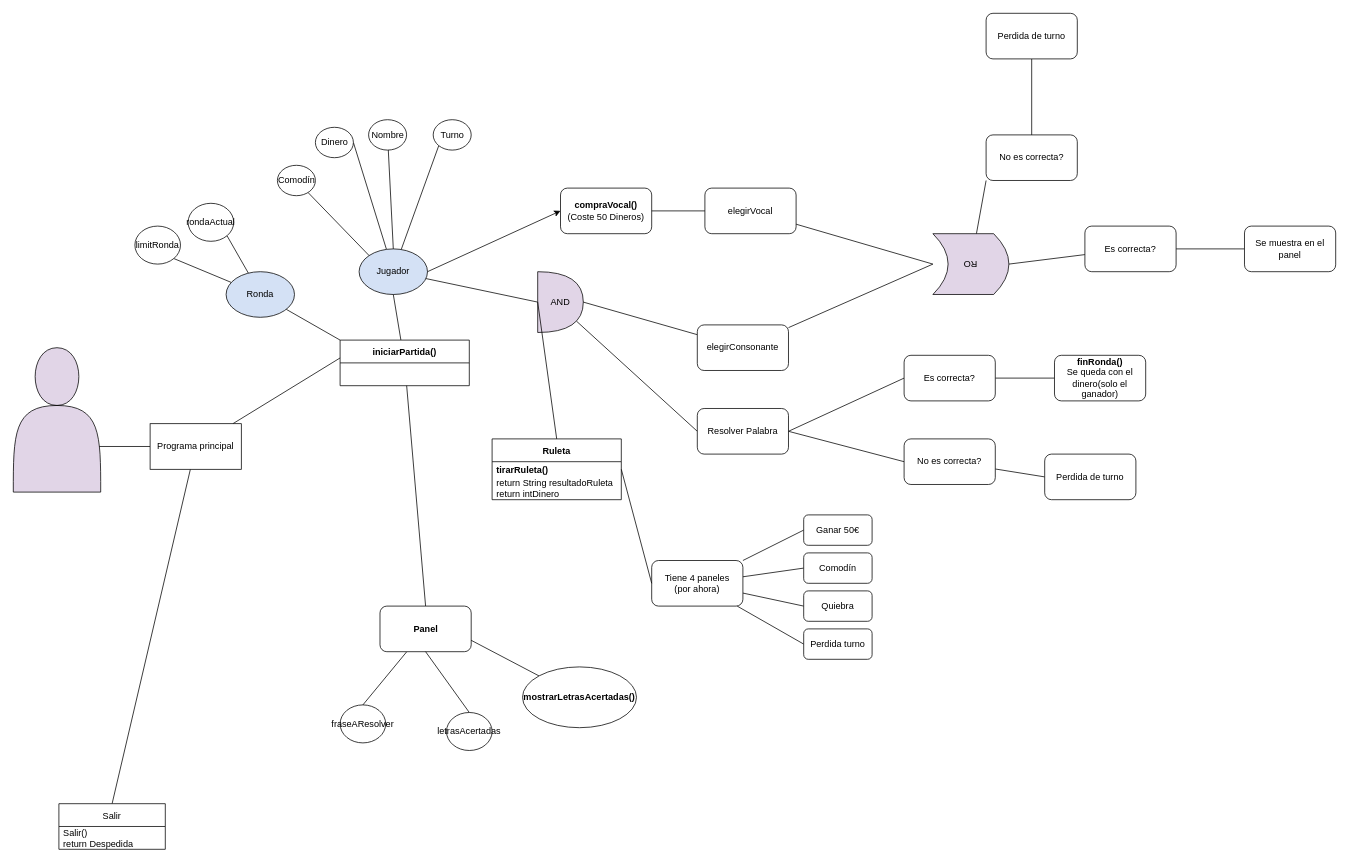
joeljnq/proyectoRuletaSuerte keeps this draw.io diagram as Diagrama.drawio. Above is the earlier version. Source tidied: cells renumbered, new cells numbered last; positions are measured from the earlier drawing's top-left corner, leaving out a move shared by most shapes. Both pictures are drawn from the tidied source at 76%, with x=0, y=0 at pixel (13, 13).
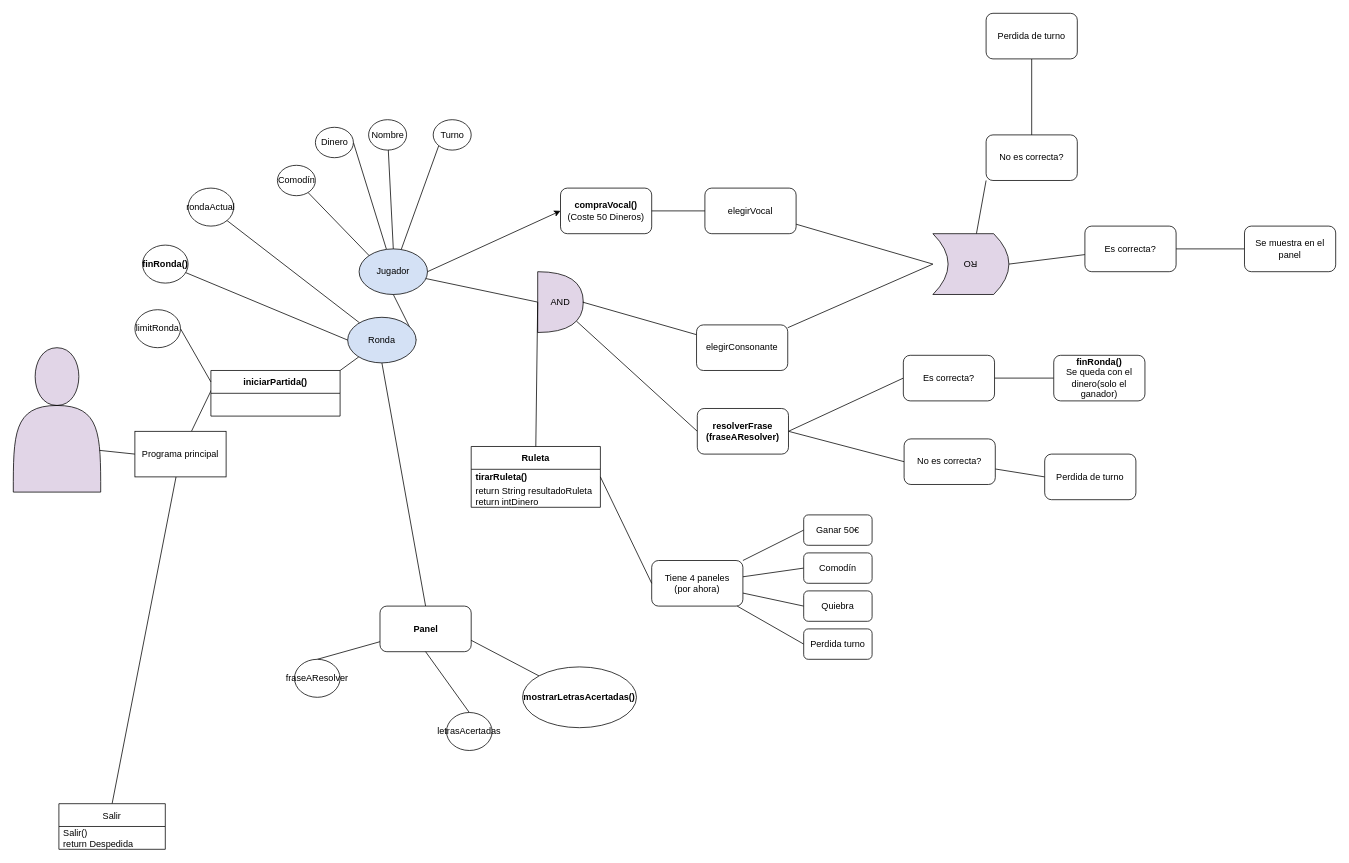
The same page after the edit.

Unchanged cells that the change refers to:
```xml
<mxCell id="10" value="Jugador" style="ellipse;whiteSpace=wrap;html=1;fillColor=#D4E1F5;" parent="1" vertex="1">
  <mxGeometry x="455" y="310" width="90" height="60" as="geometry" />
</mxCell>
<mxCell id="20" value="AND" style="shape=or;whiteSpace=wrap;html=1;fillColor=#E1D5E7;" parent="1" vertex="1">
  <mxGeometry x="690" y="340" width="60" height="80" as="geometry" />
</mxCell>
<mxCell id="72" value="&lt;b&gt;Panel&lt;/b&gt;" style="rounded=1;whiteSpace=wrap;html=1;" parent="1" vertex="1">
  <mxGeometry x="482.5" y="780" width="120" height="60" as="geometry" />
</mxCell>
```

Diff of the diagram source:
```diff
@@
     <mxCell id="6" value="Programa principal" style="rounded=0;whiteSpace=wrap;html=1;" parent="1" vertex="1">
-      <mxGeometry x="180" y="540" width="120" height="60" as="geometry" />
+      <mxGeometry x="160" y="550" width="120" height="60" as="geometry" />
     </mxCell>
@@
-    <mxCell id="11" style="edgeStyle=none;rounded=0;jettySize=auto;html=1;entryX=0.5;entryY=1;entryDx=0;entryDy=0;endArrow=none;endFill=0;" parent="1" edge="1" source="13" target="10">
+    <mxCell id="11" style="edgeStyle=none;rounded=0;jettySize=auto;html=1;entryX=0.5;entryY=1;entryDx=0;entryDy=0;endArrow=none;endFill=0;exitX=1;exitY=0.5;exitDx=0;exitDy=0;" parent="1" edge="1" source="52" target="10">
       <mxGeometry relative="1" as="geometry" />
     </mxCell>
-    <mxCell id="12" style="edgeStyle=none;rounded=0;jettySize=auto;html=1;entryX=0.5;entryY=0;entryDx=0;entryDy=0;endArrow=none;endFill=0;" parent="1" edge="1" source="13" target="72">
+    <mxCell id="12" style="edgeStyle=none;rounded=0;jettySize=auto;html=1;entryX=0.5;entryY=0;entryDx=0;entryDy=0;endArrow=none;endFill=0;exitX=0.5;exitY=1;exitDx=0;exitDy=0;" parent="1" edge="1" source="52" target="72">
       <mxGeometry relative="1" as="geometry" />
     </mxCell>
     <mxCell id="13" value="iniciarPartida()" style="swimlane;fontStyle=1;horizontal=1;startSize=30;" parent="1" vertex="1">
-      <mxGeometry x="430" y="430" width="170" height="60" as="geometry" />
+      <mxGeometry x="260" y="470" width="170" height="60" as="geometry" />
     </mxCell>
@@
-    <mxCell id="23" value="Resolver Palabra" style="rounded=1;whiteSpace=wrap;html=1;" parent="1" vertex="1">
+    <mxCell id="23" value="&lt;b&gt;resolverFrase&lt;br&gt;(fraseAResolver)&lt;/b&gt;" style="rounded=1;whiteSpace=wrap;html=1;" parent="1" vertex="1">
       <mxGeometry x="900" y="520" width="120" height="60" as="geometry" />
     </mxCell>
@@
-    <mxCell id="26" style="edgeStyle=none;rounded=0;jettySize=auto;html=1;entryX=1;entryY=0.5;entryDx=0;entryDy=0;entryPerimeter=0;endArrow=none;endFill=0;" parent="1" edge="1" source="28" target="20">
-      <mxGeometry relative="1" as="geometry" />
+    <mxCell id="26" style="edgeStyle=none;rounded=0;jettySize=auto;html=1;entryX=1;entryY=0.5;entryDx=0;entryDy=0;entryPerimeter=0;endArrow=none;endFill=0;" parent="1" edge="1" source="28">
+      <mxGeometry relative="1" as="geometry">
+        <mxPoint x="749" y="380" as="targetPoint" />
+      </mxGeometry>
     </mxCell>
@@
     <mxCell id="28" value="elegirConsonante" style="rounded=1;whiteSpace=wrap;html=1;" parent="1" vertex="1">
-      <mxGeometry x="900" y="410" width="120" height="60" as="geometry" />
+      <mxGeometry x="899" y="410" width="120" height="60" as="geometry" />
     </mxCell>
@@
     <mxCell id="42" value="Es correcta?" style="rounded=1;whiteSpace=wrap;html=1;" parent="1" vertex="1">
-      <mxGeometry x="1172.1" y="450" width="120" height="60" as="geometry" />
+      <mxGeometry x="1171.1" y="450" width="120" height="60" as="geometry" />
     </mxCell>
     <mxCell id="43" value="&lt;b&gt;finRonda()&lt;/b&gt;&lt;br&gt;Se queda con el dinero(solo el ganador)" style="rounded=1;whiteSpace=wrap;html=1;" parent="1" vertex="1">
-      <mxGeometry x="1370" y="450" width="120" height="60" as="geometry" />
+      <mxGeometry x="1369" y="450" width="120" height="60" as="geometry" />
     </mxCell>
@@
-    <mxCell id="49" style="edgeStyle=none;rounded=0;jettySize=auto;html=1;entryX=1;entryY=1;entryDx=0;entryDy=0;endArrow=none;endFill=0;" parent="1" edge="1" source="52" target="53">
+    <mxCell id="49" style="edgeStyle=none;rounded=0;jettySize=auto;html=1;entryX=1;entryY=0.5;entryDx=0;entryDy=0;endArrow=none;endFill=0;exitX=0;exitY=0.25;exitDx=0;exitDy=0;" parent="1" edge="1" source="13" target="53">
       <mxGeometry relative="1" as="geometry" />
     </mxCell>
@@
-    <mxCell id="51" style="edgeStyle=none;rounded=0;jettySize=auto;html=1;entryX=0;entryY=0;entryDx=0;entryDy=0;endArrow=none;endFill=0;" parent="1" edge="1" source="52" target="13">
+    <mxCell id="51" style="edgeStyle=none;rounded=0;jettySize=auto;html=1;entryX=1;entryY=0;entryDx=0;entryDy=0;endArrow=none;endFill=0;" parent="1" edge="1" source="52" target="13">
       <mxGeometry relative="1" as="geometry" />
     </mxCell>
     <mxCell id="52" value="Ronda" style="ellipse;whiteSpace=wrap;html=1;fillColor=#D4E1F5;" parent="1" vertex="1">
-      <mxGeometry x="280" y="340" width="90" height="60" as="geometry" />
+      <mxGeometry x="440" y="400" width="90" height="60" as="geometry" />
     </mxCell>
     <mxCell id="53" value="limitRonda" style="ellipse;whiteSpace=wrap;html=1;" parent="1" vertex="1">
-      <mxGeometry x="160" y="280" width="60" height="50" as="geometry" />
+      <mxGeometry x="160" y="390" width="60" height="50" as="geometry" />
     </mxCell>
     <mxCell id="54" value="rondaActual" style="ellipse;whiteSpace=wrap;html=1;" parent="1" vertex="1">
-      <mxGeometry x="230" y="250" width="60" height="50" as="geometry" />
+      <mxGeometry x="230" y="230" width="60" height="50" as="geometry" />
     </mxCell>
     <mxCell id="55" value="Ruleta" style="swimlane;fontStyle=1;horizontal=1;startSize=30;" parent="1" vertex="1">
-      <mxGeometry x="630" y="560" width="170" height="80" as="geometry" />
+      <mxGeometry x="602.5" y="570" width="170" height="80" as="geometry" />
     </mxCell>
@@
     <mxCell id="74" value="fraseAResolver" style="ellipse;whiteSpace=wrap;html=1;" parent="1" vertex="1">
-      <mxGeometry x="430" y="910" width="60" height="50" as="geometry" />
+      <mxGeometry x="370" y="850" width="60" height="50" as="geometry" />
     </mxCell>
@@
+    <mxCell id="78" style="edgeStyle=none;rounded=0;jettySize=auto;html=1;entryX=0;entryY=0.5;entryDx=0;entryDy=0;endArrow=none;endFill=0;" parent="1" edge="1" source="79" target="52">
+      <mxGeometry relative="1" as="geometry" />
+    </mxCell>
+    <mxCell id="79" value="&lt;b&gt;finRonda()&lt;/b&gt;" style="ellipse;whiteSpace=wrap;html=1;" parent="1" vertex="1">
+      <mxGeometry x="170" y="305" width="60" height="50" as="geometry" />
+    </mxCell>
```
